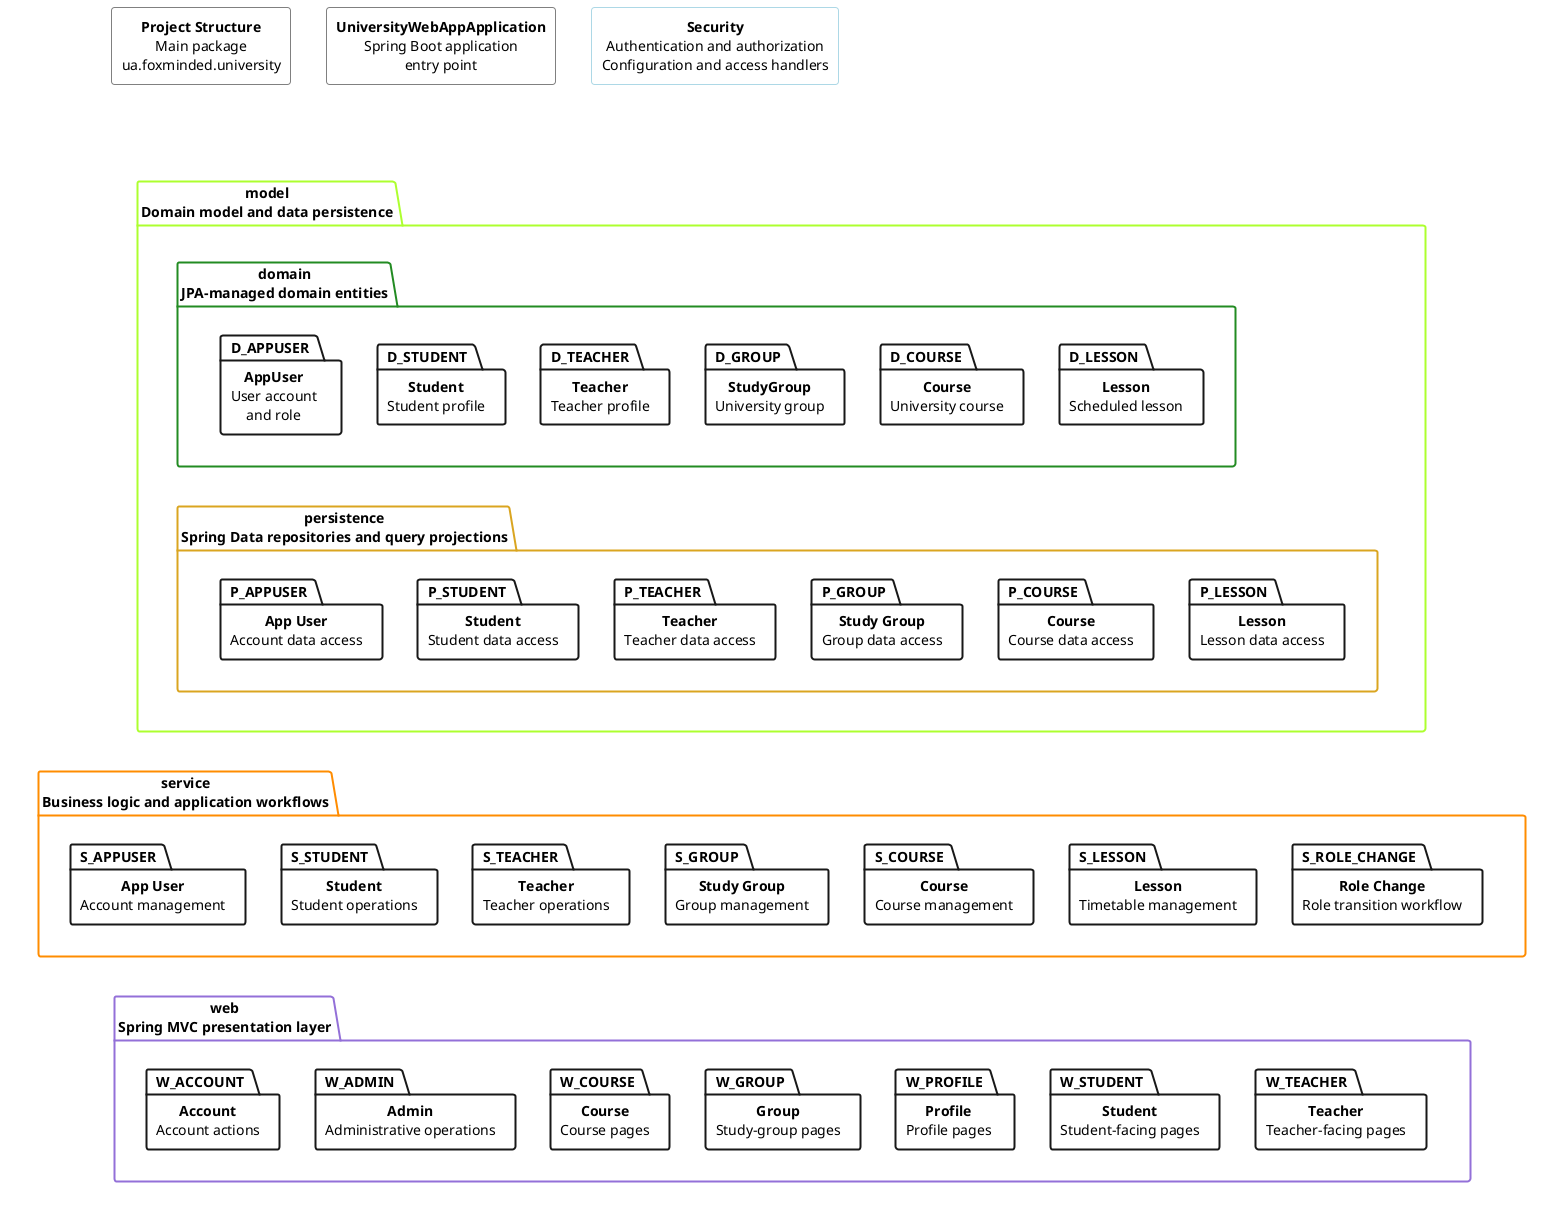
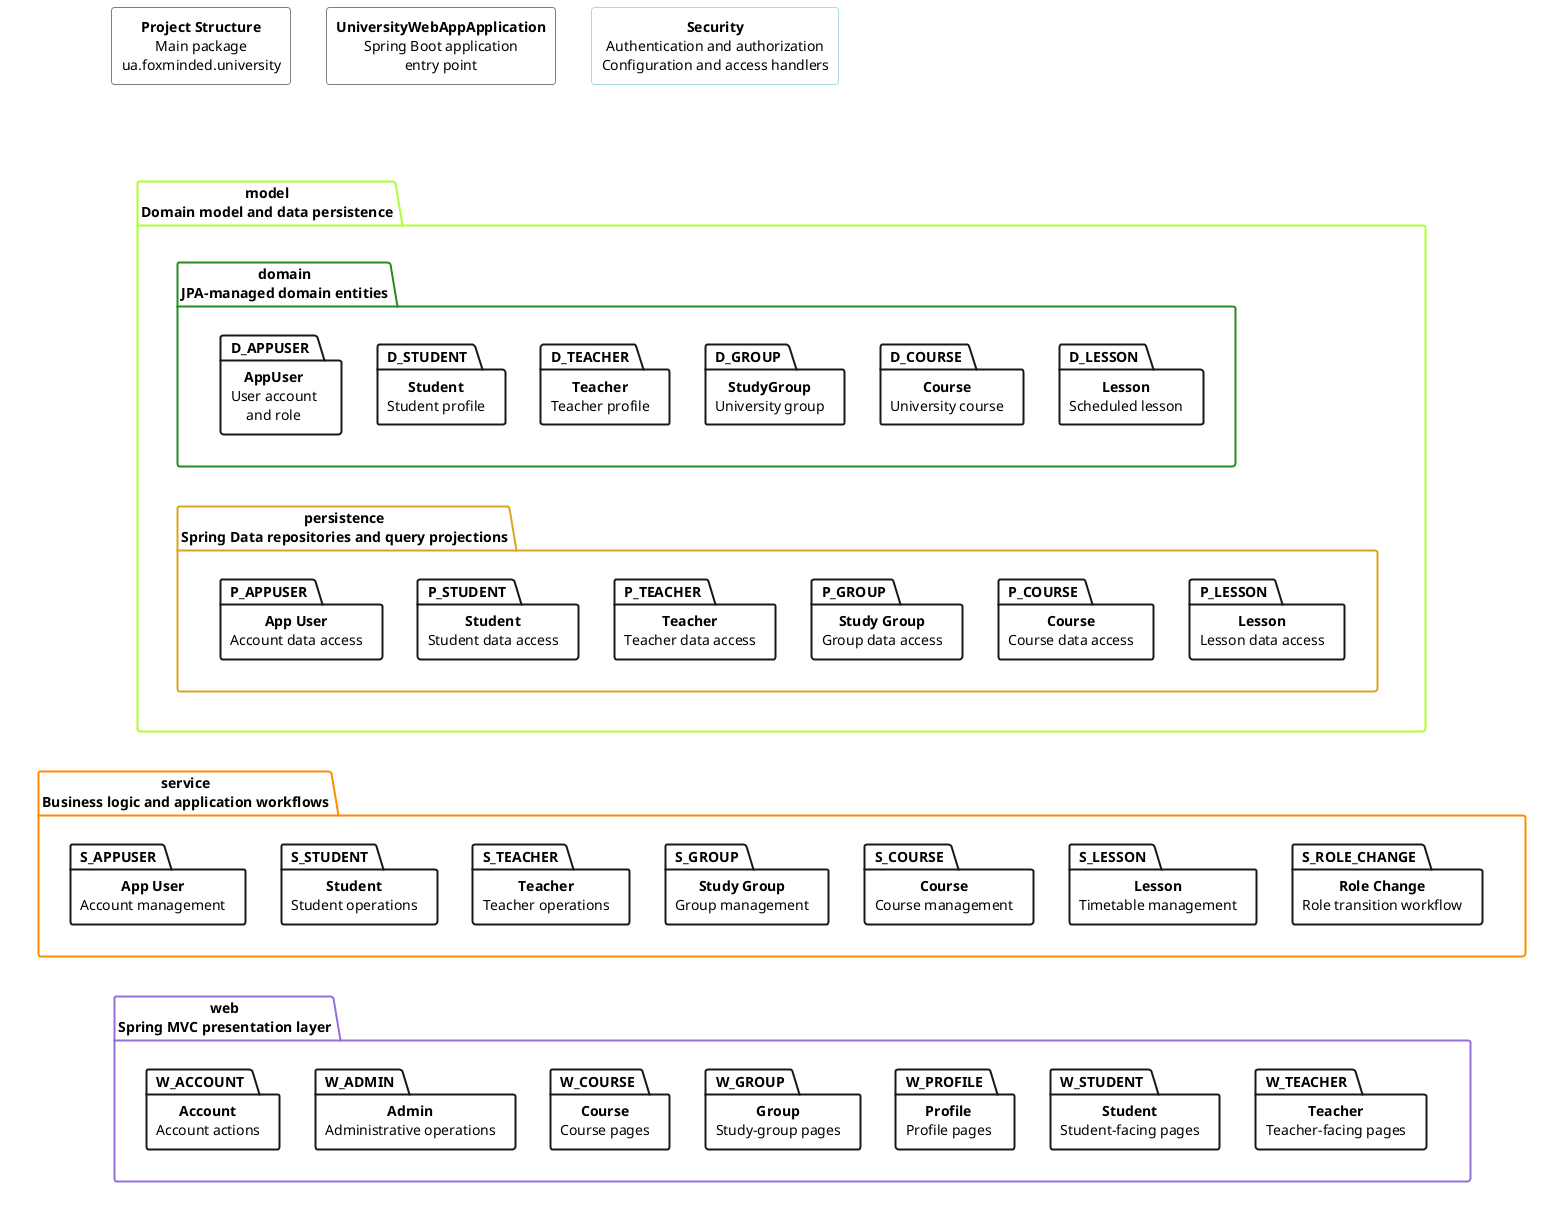
@startuml

top to bottom direction

- skinparam backgroundColor transparent
+ skinparam backgroundColor white
skinparam shadowing false
skinparam packageStyle folder
skinparam defaultTextAlignment center

skinparam package {
    BackgroundColor transparent
    BorderThickness 2
    FontColor Black
}

skinparam rectangle {
    BackgroundColor transparent
    BorderColor Gray
    BorderThickness 1
    RoundCorner 6
    FontColor Black
}

skinparam package<<layout>> {
    BackgroundColor transparent
    BorderColor transparent
    FontColor transparent
}

together {
    rectangle "<b>Project Structure</b>\nMain package\nua.foxminded.university" as HEADER_INFO

    rectangle "<b>UniversityWebAppApplication</b>\nSpring Boot application\nentry point" as RUNNER

    rectangle "<b>Security</b>\nAuthentication and authorization\nConfiguration and access handlers" as SECURITY #line:LightBlue;back:transparent

    HEADER_INFO -[hidden]right- RUNNER
    RUNNER -[hidden]right- SECURITY
}

package " " as LAYER_STACK <<layout>> {

    package "<b>model</b>\nDomain model and data persistence" as MODEL #line:GreenYellow;back:transparent {

        package "<b>domain</b>\nJPA-managed domain entities" as DOMAIN #line:ForestGreen;back:transparent {

            together {
                package "<b>AppUser</b>\nUser account\nand role" as D_APPUSER
                package "<b>Student</b>\nStudent profile" as D_STUDENT
                package "<b>Teacher</b>\nTeacher profile" as D_TEACHER
                package "<b>StudyGroup</b>\nUniversity group" as D_GROUP
                package "<b>Course</b>\nUniversity course" as D_COURSE
                package "<b>Lesson</b>\nScheduled lesson" as D_LESSON

                D_APPUSER -[hidden]right- D_STUDENT
                D_STUDENT -[hidden]right- D_TEACHER
                D_TEACHER -[hidden]right- D_GROUP
                D_GROUP -[hidden]right- D_COURSE
                D_COURSE -[hidden]right- D_LESSON
            }
        }

        package "<b>persistence</b>\nSpring Data repositories and query projections" as PERSISTENCE #line:GoldenRod;back:transparent {

            together {
                package "<b>App User</b>\nAccount data access" as P_APPUSER
                package "<b>Student</b>\nStudent data access" as P_STUDENT
                package "<b>Teacher</b>\nTeacher data access" as P_TEACHER
                package "<b>Study Group</b>\nGroup data access" as P_GROUP
                package "<b>Course</b>\nCourse data access" as P_COURSE
                package "<b>Lesson</b>\nLesson data access" as P_LESSON

                P_APPUSER -[hidden]right- P_STUDENT
                P_STUDENT -[hidden]right- P_TEACHER
                P_TEACHER -[hidden]right- P_GROUP
                P_GROUP -[hidden]right- P_COURSE
                P_COURSE -[hidden]right- P_LESSON
            }
        }

        DOMAIN -[hidden]down- PERSISTENCE
    }

    package "<b>service</b>\nBusiness logic and application workflows" as SERVICE #line:DarkOrange;back:transparent {

        together {
            package "<b>App User</b>\nAccount management" as S_APPUSER
            package "<b>Student</b>\nStudent operations" as S_STUDENT
            package "<b>Teacher</b>\nTeacher operations" as S_TEACHER
            package "<b>Study Group</b>\nGroup management" as S_GROUP
            package "<b>Course</b>\nCourse management" as S_COURSE
            package "<b>Lesson</b>\nTimetable management" as S_LESSON
            package "<b>Role Change</b>\nRole transition workflow" as S_ROLE_CHANGE

            S_APPUSER -[hidden]right- S_STUDENT
            S_STUDENT -[hidden]right- S_TEACHER
            S_TEACHER -[hidden]right- S_GROUP
            S_GROUP -[hidden]right- S_COURSE
            S_COURSE -[hidden]right- S_LESSON
            S_LESSON -[hidden]right- S_ROLE_CHANGE
        }
    }

    package "<b>web</b>\nSpring MVC presentation layer" as WEB #line:MediumPurple;back:transparent {

        together {
            package "<b>Account</b>\nAccount actions" as W_ACCOUNT
            package "<b>Admin</b>\nAdministrative operations" as W_ADMIN
            package "<b>Course</b>\nCourse pages" as W_COURSE
            package "<b>Group</b>\nStudy-group pages" as W_GROUP
            package "<b>Profile</b>\nProfile pages" as W_PROFILE
            package "<b>Student</b>\nStudent-facing pages" as W_STUDENT
            package "<b>Teacher</b>\nTeacher-facing pages" as W_TEACHER

            W_ACCOUNT -[hidden]right- W_ADMIN
            W_ADMIN -[hidden]right- W_COURSE
            W_COURSE -[hidden]right- W_GROUP
            W_GROUP -[hidden]right- W_PROFILE
            W_PROFILE -[hidden]right- W_STUDENT
            W_STUDENT -[hidden]right- W_TEACHER
        }
    }

    MODEL -[hidden]down- SERVICE
    SERVICE -[hidden]down- WEB

    P_APPUSER -[hidden]down- S_APPUSER
    S_APPUSER -[hidden]down- W_ACCOUNT
}

HEADER_INFO -[hidden]down- D_APPUSER
RUNNER -[hidden]down- D_STUDENT
SECURITY -[hidden]down- D_TEACHER

@enduml